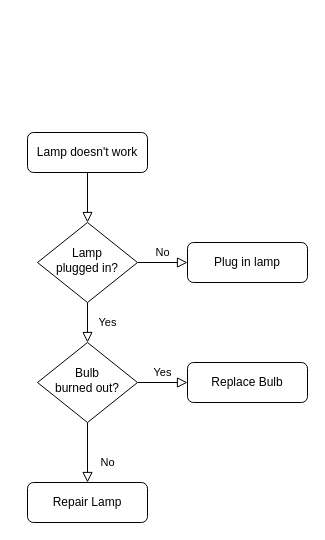
Before: Diagrams/main_pic_operation.drawio in BIRDSOpenSource/BIRDSRP-OBC, a draw.io diagram. Source tidied: cells renumbered, new cells numbered last; positions are measured from the earlier drawing's top-left corner, leaving out a move shared by most shapes. Both pictures are drawn from the tidied source at 100%, with x=0, y=0 at pixel (27, 132).
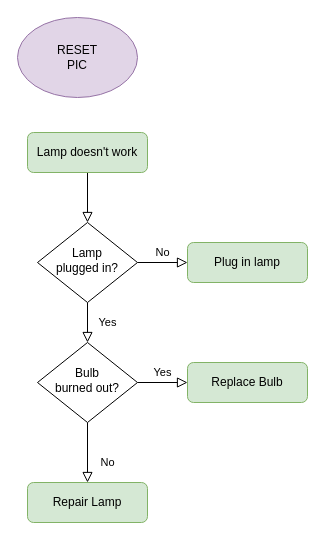
The same diagram, later.

What changed in the source:
```diff
@@
 <mxGraphModel>
   <root>
     <mxCell id="0" />
     <mxCell id="1" parent="0" />
     <mxCell id="2" style="rounded=0;html=1;jettySize=auto;fontSize=11;endArrow=block;endFill=0;endSize=8;strokeWidth=1;shadow=0;labelBackgroundColor=none;edgeStyle=orthogonalEdgeStyle;" parent="1" edge="1" source="3" target="6">
       <mxGeometry relative="1" as="geometry" />
     </mxCell>
-    <mxCell id="3" value="Lamp doesn't work" style="rounded=1;whiteSpace=wrap;html=1;fontSize=12;glass=0;strokeWidth=1;shadow=0;" parent="1" vertex="1">
+    <mxCell id="3" value="Lamp doesn't work" style="rounded=1;whiteSpace=wrap;html=1;fontSize=12;glass=0;strokeWidth=1;shadow=0;fillColor=#d5e8d4;strokeColor=#82b366;" parent="1" vertex="1">
       <mxGeometry width="120" height="40" as="geometry" />
     </mxCell>
     <mxCell id="4" value="Yes" style="rounded=0;html=1;jettySize=auto;fontSize=11;endArrow=block;endFill=0;endSize=8;strokeWidth=1;shadow=0;labelBackgroundColor=none;edgeStyle=orthogonalEdgeStyle;" parent="1" edge="1" source="6" target="10">
       <mxGeometry y="20" relative="1" as="geometry" />
     </mxCell>
     <mxCell id="5" value="No" style="edgeStyle=orthogonalEdgeStyle;rounded=0;html=1;jettySize=auto;fontSize=11;endArrow=block;endFill=0;endSize=8;strokeWidth=1;shadow=0;labelBackgroundColor=none;" parent="1" edge="1" source="6" target="7">
       <mxGeometry y="10" relative="1" as="geometry" />
     </mxCell>
     <mxCell id="6" value="Lamp&lt;br&gt;plugged in?" style="rhombus;whiteSpace=wrap;html=1;shadow=0;fontFamily=Helvetica;fontSize=12;align=center;strokeWidth=1;spacing=6;spacingTop=-4;" parent="1" vertex="1">
       <mxGeometry x="10" y="90" width="100" height="80" as="geometry" />
     </mxCell>
-    <mxCell id="7" value="Plug in lamp" style="rounded=1;whiteSpace=wrap;html=1;fontSize=12;glass=0;strokeWidth=1;shadow=0;" parent="1" vertex="1">
+    <mxCell id="7" value="Plug in lamp" style="rounded=1;whiteSpace=wrap;html=1;fontSize=12;glass=0;strokeWidth=1;shadow=0;fillColor=#d5e8d4;strokeColor=#82b366;" parent="1" vertex="1">
       <mxGeometry x="160" y="110" width="120" height="40" as="geometry" />
     </mxCell>
     <mxCell id="8" value="No" style="rounded=0;html=1;jettySize=auto;fontSize=11;endArrow=block;endFill=0;endSize=8;strokeWidth=1;shadow=0;labelBackgroundColor=none;edgeStyle=orthogonalEdgeStyle;" parent="1" edge="1" source="10" target="11">
       <mxGeometry x="0.33" y="20" relative="1" as="geometry" />
     </mxCell>
     <mxCell id="9" value="Yes" style="edgeStyle=orthogonalEdgeStyle;rounded=0;html=1;jettySize=auto;fontSize=11;endArrow=block;endFill=0;endSize=8;strokeWidth=1;shadow=0;labelBackgroundColor=none;" parent="1" edge="1" source="10" target="12">
       <mxGeometry y="10" relative="1" as="geometry" />
     </mxCell>
     <mxCell id="10" value="Bulb&lt;br&gt;burned out?" style="rhombus;whiteSpace=wrap;html=1;shadow=0;fontFamily=Helvetica;fontSize=12;align=center;strokeWidth=1;spacing=6;spacingTop=-4;" parent="1" vertex="1">
       <mxGeometry x="10" y="210" width="100" height="80" as="geometry" />
     </mxCell>
-    <mxCell id="11" value="Repair Lamp" style="rounded=1;whiteSpace=wrap;html=1;fontSize=12;glass=0;strokeWidth=1;shadow=0;" parent="1" vertex="1">
+    <mxCell id="11" value="Repair Lamp" style="rounded=1;whiteSpace=wrap;html=1;fontSize=12;glass=0;strokeWidth=1;shadow=0;fillColor=#d5e8d4;strokeColor=#82b366;" parent="1" vertex="1">
       <mxGeometry y="350" width="120" height="40" as="geometry" />
     </mxCell>
-    <mxCell id="12" value="Replace Bulb" style="rounded=1;whiteSpace=wrap;html=1;fontSize=12;glass=0;strokeWidth=1;shadow=0;" parent="1" vertex="1">
+    <mxCell id="12" value="Replace Bulb" style="rounded=1;whiteSpace=wrap;html=1;fontSize=12;glass=0;strokeWidth=1;shadow=0;fillColor=#d5e8d4;strokeColor=#82b366;" parent="1" vertex="1">
       <mxGeometry x="160" y="230" width="120" height="40" as="geometry" />
     </mxCell>
+    <mxCell id="13" value="RESET&lt;div&gt;PIC&lt;/div&gt;" style="ellipse;whiteSpace=wrap;html=1;fillColor=#e1d5e7;strokeColor=#9673a6;" parent="1" vertex="1">
+      <mxGeometry x="-10" y="-115" width="120" height="80" as="geometry" />
+    </mxCell>
   </root>
 </mxGraphModel>
```
